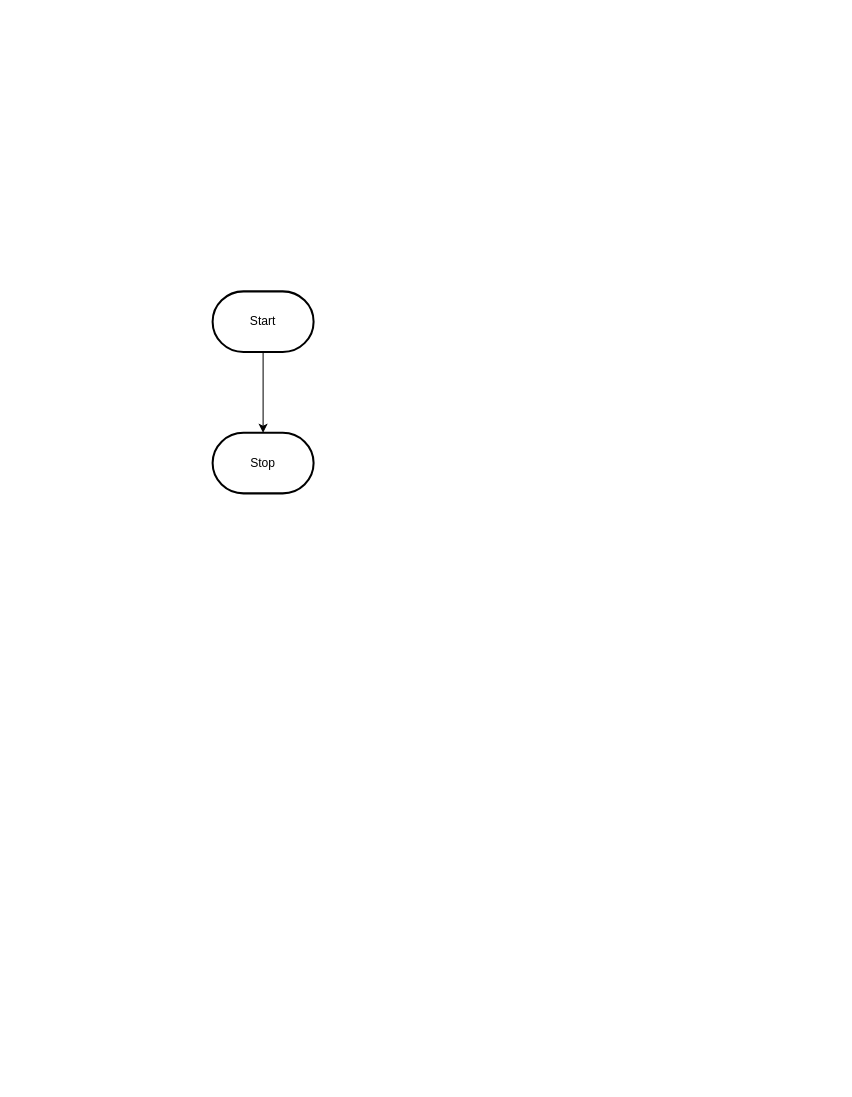
The draw.io diagram design/flowchart.drawio in clara-tyman/ICD2O-Unit-6-02-Extra-clara-tyman, before the edit. Source tidied: cells renumbered, new cells numbered last; positions are measured from the earlier drawing's top-left corner, leaving out a move shared by most shapes. Both pictures are drawn from the tidied source at 101%, with x=0, y=0 at pixel (212, 291).
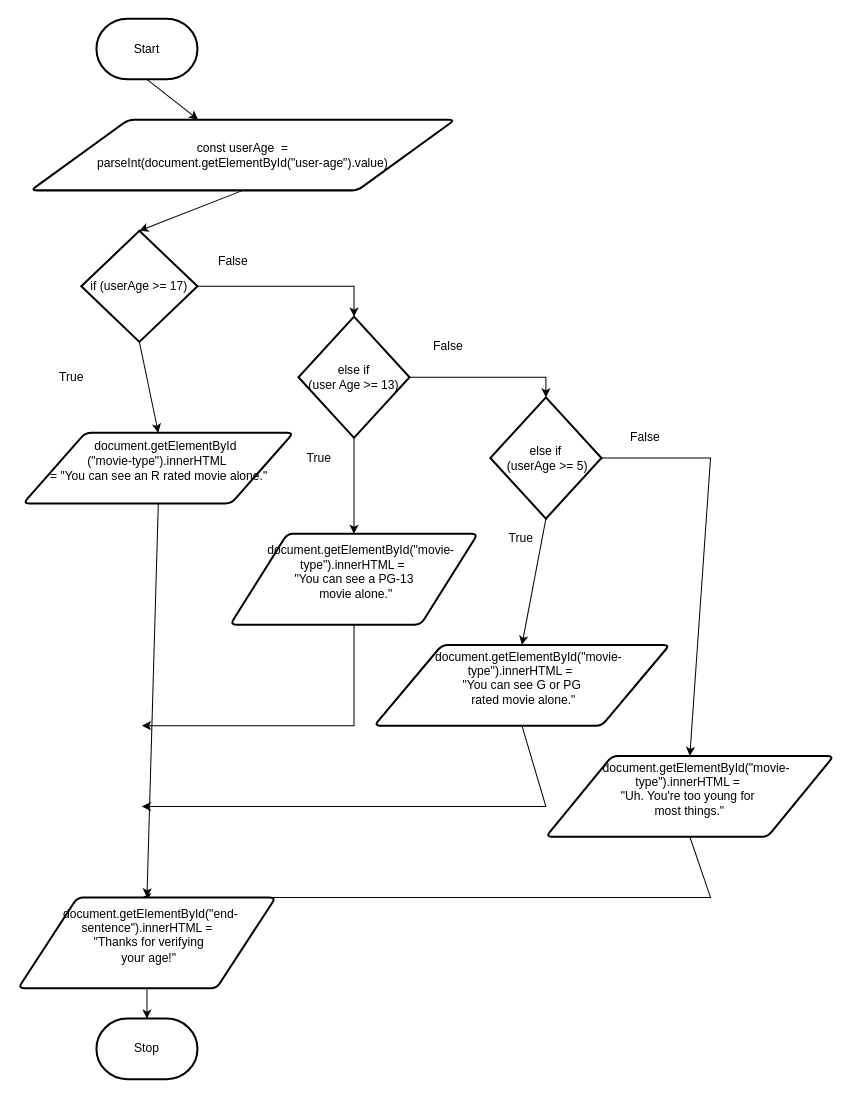
The same page after the edit.

Commit message (it also covers changes not shown here):
flowchart and storyboard

Diff of the diagram source:
```diff
@@
-    <mxCell id="2" style="edgeStyle=orthogonalEdgeStyle;html=1;rounded=0;" parent="1" edge="1" source="3" target="4">
-      <mxGeometry relative="1" as="geometry" />
-    </mxCell>
+    <mxCell id="5" style="edgeStyle=none;html=1;exitX=0.5;exitY=1;exitDx=0;exitDy=0;exitPerimeter=0;" parent="1" edge="1" source="3" target="2">
+      <mxGeometry relative="1" as="geometry" />
+    </mxCell>
     <mxCell id="3" value="Start" style="strokeWidth=2;html=1;shape=mxgraph.flowchart.terminator;whiteSpace=wrap;" parent="1" vertex="1">
-      <mxGeometry width="100" height="60" as="geometry" />
+      <mxGeometry x="-115" y="-270" width="100" height="60" as="geometry" />
     </mxCell>
     <mxCell id="4" value="Stop" style="strokeWidth=2;html=1;shape=mxgraph.flowchart.terminator;whiteSpace=wrap;" parent="1" vertex="1">
-      <mxGeometry y="140" width="100" height="60" as="geometry" />
+      <mxGeometry x="-115" y="720" width="100" height="60" as="geometry" />
     </mxCell>
+    <mxCell id="6" style="edgeStyle=none;html=1;exitX=0.5;exitY=1;exitDx=0;exitDy=0;entryX=0.5;entryY=0;entryDx=0;entryDy=0;entryPerimeter=0;" parent="1" edge="1" source="2" target="9">
+      <mxGeometry relative="1" as="geometry" />
+    </mxCell>
+    <mxCell id="2" value="const userAge&amp;nbsp;&amp;nbsp;= &lt;br&gt;parseInt(document.getElementById(&quot;user-age&quot;).value)" style="shape=parallelogram;html=1;strokeWidth=2;perimeter=parallelogramPerimeter;whiteSpace=wrap;rounded=1;arcSize=12;size=0.23;" parent="1" vertex="1">
+      <mxGeometry x="-180" y="-170" width="420" height="70" as="geometry" />
+    </mxCell>
+    <mxCell id="7" style="edgeStyle=none;html=1;exitX=0.5;exitY=1;exitDx=0;exitDy=0;exitPerimeter=0;entryX=0.5;entryY=0;entryDx=0;entryDy=0;" parent="1" edge="1" source="9" target="11">
+      <mxGeometry relative="1" as="geometry" />
+    </mxCell>
+    <mxCell id="8" style="edgeStyle=none;html=1;exitX=1;exitY=0.5;exitDx=0;exitDy=0;exitPerimeter=0;entryX=0.5;entryY=0;entryDx=0;entryDy=0;entryPerimeter=0;rounded=0;" parent="1" edge="1" source="9" target="15">
+      <mxGeometry relative="1" as="geometry">
+        <Array as="points">
+          <mxPoint x="140" y="-5" />
+        </Array>
+      </mxGeometry>
+    </mxCell>
+    <mxCell id="9" value="if (userAge &amp;gt;= 17)" style="strokeWidth=2;html=1;shape=mxgraph.flowchart.decision;whiteSpace=wrap;" parent="1" vertex="1">
+      <mxGeometry x="-130" y="-60" width="115" height="110" as="geometry" />
+    </mxCell>
+    <mxCell id="10" style="edgeStyle=none;rounded=0;html=1;exitX=0.5;exitY=1;exitDx=0;exitDy=0;entryX=0.5;entryY=0;entryDx=0;entryDy=0;" parent="1" edge="1" source="11" target="31">
+      <mxGeometry relative="1" as="geometry" />
+    </mxCell>
+    <mxCell id="11" value="&lt;div&gt;&amp;nbsp; &amp;nbsp; document.getElementById&lt;/div&gt;&lt;div&gt;(&quot;movie-type&quot;).innerHTML&amp;nbsp;&lt;/div&gt;&lt;div&gt;= &quot;You can see an R rated movie alone.&quot;&lt;/div&gt;&lt;div&gt;&lt;br&gt;&lt;/div&gt;" style="shape=parallelogram;html=1;strokeWidth=2;perimeter=parallelogramPerimeter;whiteSpace=wrap;rounded=1;arcSize=12;size=0.23;" parent="1" vertex="1">
+      <mxGeometry x="-187.5" y="140" width="267.5" height="70" as="geometry" />
+    </mxCell>
+    <mxCell id="12" value="True" style="text;html=1;align=center;verticalAlign=middle;strokeColor=none;fillColor=none;" parent="1" vertex="1">
+      <mxGeometry x="-165" y="70" width="50" height="30" as="geometry" />
+    </mxCell>
+    <mxCell id="13" style="edgeStyle=none;rounded=0;html=1;exitX=1;exitY=0.5;exitDx=0;exitDy=0;exitPerimeter=0;entryX=0.5;entryY=0;entryDx=0;entryDy=0;entryPerimeter=0;" parent="1" edge="1" source="15" target="18">
+      <mxGeometry relative="1" as="geometry">
+        <Array as="points">
+          <mxPoint x="330" y="85" />
+        </Array>
+      </mxGeometry>
+    </mxCell>
+    <mxCell id="14" style="edgeStyle=none;rounded=0;html=1;exitX=0.5;exitY=1;exitDx=0;exitDy=0;exitPerimeter=0;entryX=0.5;entryY=0;entryDx=0;entryDy=0;" parent="1" edge="1" source="15" target="21">
+      <mxGeometry relative="1" as="geometry" />
+    </mxCell>
+    <mxCell id="15" value="else if&lt;br&gt;(user Age &amp;gt;= 13)" style="strokeWidth=2;html=1;shape=mxgraph.flowchart.decision;whiteSpace=wrap;" parent="1" vertex="1">
+      <mxGeometry x="85" y="25" width="110" height="120" as="geometry" />
+    </mxCell>
+    <mxCell id="16" style="edgeStyle=none;rounded=0;html=1;exitX=1;exitY=0.5;exitDx=0;exitDy=0;exitPerimeter=0;entryX=0.5;entryY=0;entryDx=0;entryDy=0;" parent="1" edge="1" source="18" target="25">
+      <mxGeometry relative="1" as="geometry">
+        <Array as="points">
+          <mxPoint x="493" y="165" />
+        </Array>
+      </mxGeometry>
+    </mxCell>
+    <mxCell id="17" style="edgeStyle=none;rounded=0;html=1;exitX=0.5;exitY=1;exitDx=0;exitDy=0;exitPerimeter=0;entryX=0.5;entryY=0;entryDx=0;entryDy=0;" parent="1" edge="1" source="18" target="23">
+      <mxGeometry relative="1" as="geometry" />
+    </mxCell>
+    <mxCell id="18" value="else if&lt;br&gt;&amp;nbsp;(userAge &amp;gt;= 5)" style="strokeWidth=2;html=1;shape=mxgraph.flowchart.decision;whiteSpace=wrap;" parent="1" vertex="1">
+      <mxGeometry x="275" y="105" width="110" height="120" as="geometry" />
+    </mxCell>
+    <mxCell id="19" value="False" style="text;html=1;align=center;verticalAlign=middle;strokeColor=none;fillColor=none;" parent="1" vertex="1">
+      <mxGeometry x="-5" y="-45" width="50" height="30" as="geometry" />
+    </mxCell>
+    <mxCell id="20" style="edgeStyle=none;rounded=0;html=1;exitX=0.5;exitY=1;exitDx=0;exitDy=0;" parent="1" edge="1" source="21">
+      <mxGeometry relative="1" as="geometry">
+        <mxPoint x="-70" y="430" as="targetPoint" />
+        <Array as="points">
+          <mxPoint x="140" y="430" />
+        </Array>
+      </mxGeometry>
+    </mxCell>
+    <mxCell id="21" value="&lt;div&gt;&amp;nbsp; &amp;nbsp; document.getElementById(&quot;movie-type&quot;).innerHTML =&amp;nbsp;&lt;/div&gt;&lt;div&gt;&quot;You can see a PG-13&lt;/div&gt;&lt;div&gt;&amp;nbsp;movie alone.&quot;&lt;/div&gt;&lt;div&gt;&lt;br&gt;&lt;/div&gt;" style="shape=parallelogram;html=1;strokeWidth=2;perimeter=parallelogramPerimeter;whiteSpace=wrap;rounded=1;arcSize=12;size=0.23;" parent="1" vertex="1">
+      <mxGeometry x="17.5" y="240" width="245" height="90" as="geometry" />
+    </mxCell>
+    <mxCell id="22" style="edgeStyle=none;rounded=0;html=1;exitX=0.5;exitY=1;exitDx=0;exitDy=0;" parent="1" edge="1" source="23">
+      <mxGeometry relative="1" as="geometry">
+        <mxPoint x="-70" y="510" as="targetPoint" />
+        <Array as="points">
+          <mxPoint x="330" y="510" />
+        </Array>
+      </mxGeometry>
+    </mxCell>
+    <mxCell id="23" value="&lt;div&gt;&amp;nbsp; &amp;nbsp; document.getElementById(&quot;movie-type&quot;).innerHTML =&amp;nbsp;&lt;/div&gt;&lt;div&gt;&quot;You can see G or PG&lt;/div&gt;&lt;div&gt;&lt;span style=&quot;background-color: initial;&quot;&gt;&amp;nbsp;rated movie alone.&quot;&lt;/span&gt;&lt;/div&gt;&lt;div&gt;&lt;br&gt;&lt;/div&gt;" style="shape=parallelogram;html=1;strokeWidth=2;perimeter=parallelogramPerimeter;whiteSpace=wrap;rounded=1;arcSize=12;size=0.23;" parent="1" vertex="1">
+      <mxGeometry x="160" y="350" width="292.5" height="80" as="geometry" />
+    </mxCell>
+    <mxCell id="24" style="edgeStyle=none;rounded=0;html=1;exitX=0.5;exitY=1;exitDx=0;exitDy=0;" parent="1" edge="1" source="25">
+      <mxGeometry relative="1" as="geometry">
+        <mxPoint x="-70" y="600" as="targetPoint" />
+        <Array as="points">
+          <mxPoint x="493" y="600" />
+        </Array>
+      </mxGeometry>
+    </mxCell>
+    <mxCell id="25" value="&lt;div&gt;&amp;nbsp; &amp;nbsp; document.getElementById(&quot;movie-type&quot;).innerHTML =&amp;nbsp;&lt;/div&gt;&lt;div&gt;&quot;Uh. You're too young for&amp;nbsp;&lt;/div&gt;&lt;div&gt;most things.&quot;&lt;/div&gt;&lt;div&gt;&lt;br&gt;&lt;/div&gt;" style="shape=parallelogram;html=1;strokeWidth=2;perimeter=parallelogramPerimeter;whiteSpace=wrap;rounded=1;arcSize=12;size=0.23;" parent="1" vertex="1">
+      <mxGeometry x="330" y="460" width="285" height="80" as="geometry" />
+    </mxCell>
+    <mxCell id="26" value="True" style="text;html=1;align=center;verticalAlign=middle;strokeColor=none;fillColor=none;" parent="1" vertex="1">
+      <mxGeometry x="80" y="150" width="50" height="30" as="geometry" />
+    </mxCell>
+    <mxCell id="27" value="True" style="text;html=1;align=center;verticalAlign=middle;strokeColor=none;fillColor=none;" parent="1" vertex="1">
+      <mxGeometry x="280" y="230" width="50" height="30" as="geometry" />
+    </mxCell>
+    <mxCell id="28" value="False" style="text;html=1;align=center;verticalAlign=middle;strokeColor=none;fillColor=none;" parent="1" vertex="1">
+      <mxGeometry x="207.5" y="40" width="50" height="30" as="geometry" />
+    </mxCell>
+    <mxCell id="29" value="False" style="text;html=1;align=center;verticalAlign=middle;strokeColor=none;fillColor=none;" parent="1" vertex="1">
+      <mxGeometry x="402.5" y="130" width="50" height="30" as="geometry" />
+    </mxCell>
+    <mxCell id="30" style="edgeStyle=none;rounded=0;html=1;exitX=0.5;exitY=1;exitDx=0;exitDy=0;entryX=0.5;entryY=0;entryDx=0;entryDy=0;entryPerimeter=0;" parent="1" edge="1" source="31" target="4">
+      <mxGeometry relative="1" as="geometry" />
+    </mxCell>
+    <mxCell id="31" value="&lt;div&gt;&lt;span style=&quot;font-size: 12px;&quot;&gt;&amp;nbsp; document.getElementById(&quot;end-sentence&quot;).innerHTML =&lt;/span&gt;&lt;/div&gt;&lt;div&gt;&lt;span style=&quot;font-size: 12px;&quot;&gt;&amp;nbsp;&quot;Thanks for verifying&lt;/span&gt;&lt;/div&gt;&lt;div&gt;&lt;span style=&quot;font-size: 12px;&quot;&gt;&amp;nbsp;your age!&quot;&lt;/span&gt;&lt;/div&gt;&lt;div&gt;&lt;br&gt;&lt;/div&gt;" style="shape=parallelogram;html=1;strokeWidth=2;perimeter=parallelogramPerimeter;whiteSpace=wrap;rounded=1;arcSize=12;size=0.23;" parent="1" vertex="1">
+      <mxGeometry x="-192.5" y="600" width="255" height="90" as="geometry" />
+    </mxCell>
```
